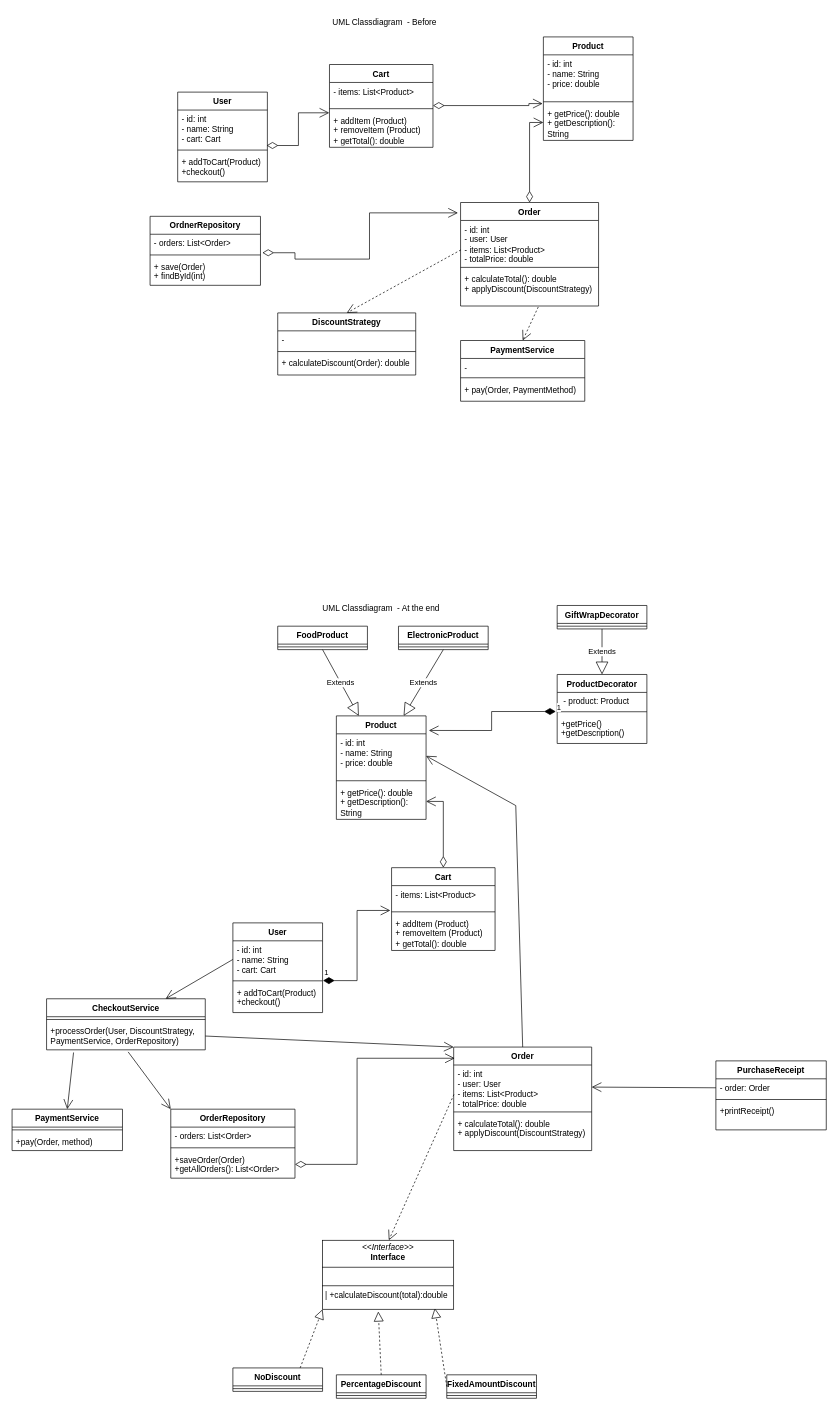
Earlier version of the draw.io diagram ownProjekt-Daphne/M4 - Daphne/UML-Klassdiagramm.drawio (daphne-edutbz/M320_Daphne-McNamara_Lisa-Meergans). Source tidied: cells renumbered, new cells numbered last; positions are measured from the earlier drawing's top-left corner, leaving out a move shared by most shapes. Both pictures are drawn from the tidied source at 69%, with x=0, y=0 at pixel (12, 12).
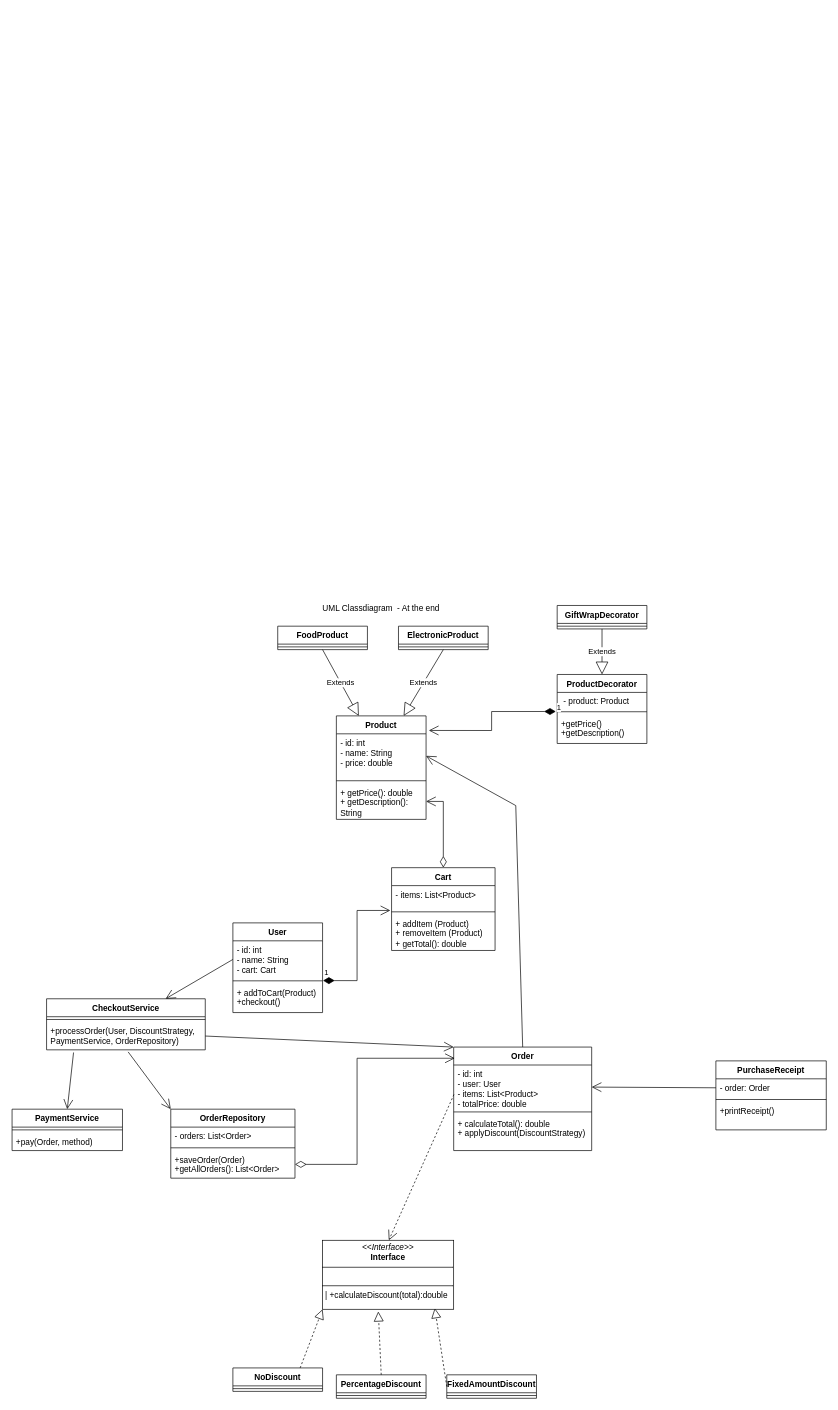
The same page after the edit.

Commit message:
delete old version of UML-class-diagramm

Change to the diagram source:
```diff
@@
-    <mxCell id="2" value="Product" style="swimlane;fontStyle=1;align=center;verticalAlign=top;horizontal=1;startSize=26;whiteSpace=wrap;html=1;" parent="1" vertex="1">
-      <mxGeometry x="770" y="36" width="130" height="150" as="geometry" />
-    </mxCell>
-    <mxCell id="3" value="- id: int&lt;div&gt;- name: String&lt;/div&gt;&lt;div&gt;- price: double&lt;/div&gt;" style="text;strokeColor=none;fillColor=none;align=left;verticalAlign=top;spacingLeft=4;spacingRight=4;overflow=hidden;whiteSpace=wrap;html=1;" parent="2" vertex="1">
-      <mxGeometry y="26" width="130" height="64" as="geometry" />
-    </mxCell>
-    <mxCell id="4" style="line;strokeWidth=1;fillColor=none;align=left;verticalAlign=middle;spacingTop=-1;spacingLeft=3;spacingRight=3;labelPosition=right;strokeColor=inherit;" parent="2" vertex="1">
-      <mxGeometry y="90" width="130" height="8" as="geometry" />
-    </mxCell>
-    <mxCell id="5" value="&lt;div&gt;&lt;span style=&quot;background-color: transparent; color: light-dark(rgb(0, 0, 0), rgb(255, 255, 255));&quot;&gt;+ getPrice(): double&lt;/span&gt;&lt;/div&gt;&lt;div&gt;&lt;span style=&quot;background-color: transparent; color: light-dark(rgb(0, 0, 0), rgb(255, 255, 255));&quot;&gt;+ getDescription(): String&lt;/span&gt;&lt;/div&gt;" style="text;strokeColor=none;fillColor=none;align=left;verticalAlign=top;spacingLeft=4;spacingRight=4;overflow=hidden;points=[[0,0.5],[1,0.5]];portConstraint=eastwest;whiteSpace=wrap;html=1;" parent="2" vertex="1">
-      <mxGeometry y="98" width="130" height="52" as="geometry" />
-    </mxCell>
-    <mxCell id="6" value="Cart" style="swimlane;fontStyle=1;align=center;verticalAlign=top;horizontal=1;startSize=26;whiteSpace=wrap;html=1;" parent="1" vertex="1">
-      <mxGeometry x="460" y="76" width="150" height="120" as="geometry" />
-    </mxCell>
-    <mxCell id="7" value="- items: List&amp;lt;Product&amp;gt;" style="text;strokeColor=none;fillColor=none;align=left;verticalAlign=top;spacingLeft=4;spacingRight=4;overflow=hidden;whiteSpace=wrap;html=1;" parent="6" vertex="1">
-      <mxGeometry y="26" width="150" height="34" as="geometry" />
-    </mxCell>
-    <mxCell id="8" style="line;strokeWidth=1;fillColor=none;align=left;verticalAlign=middle;spacingTop=-1;spacingLeft=3;spacingRight=3;labelPosition=right;strokeColor=inherit;" parent="6" vertex="1">
-      <mxGeometry y="60" width="150" height="8" as="geometry" />
-    </mxCell>
-    <mxCell id="9" value="+ addItem (Product)&lt;div&gt;+ removeItem (Product)&lt;/div&gt;&lt;div&gt;+ getTotal(): double&lt;/div&gt;" style="text;strokeColor=none;fillColor=none;align=left;verticalAlign=top;spacingLeft=4;spacingRight=4;overflow=hidden;points=[[0,0.5],[1,0.5]];portConstraint=eastwest;whiteSpace=wrap;html=1;" parent="6" vertex="1">
-      <mxGeometry y="68" width="150" height="52" as="geometry" />
-    </mxCell>
-    <mxCell id="10" value="Order" style="swimlane;fontStyle=1;align=center;verticalAlign=top;horizontal=1;startSize=26;whiteSpace=wrap;html=1;" parent="1" vertex="1">
-      <mxGeometry x="650" y="276" width="200" height="150" as="geometry" />
-    </mxCell>
-    <mxCell id="11" value="&lt;div&gt;- id: int&amp;nbsp;&lt;/div&gt;&lt;div&gt;- user: User&lt;/div&gt;&lt;div&gt;- items: List&amp;lt;Product&amp;gt;&lt;/div&gt;&lt;div&gt;- totalPrice: double&lt;/div&gt;" style="text;strokeColor=none;fillColor=none;align=left;verticalAlign=top;spacingLeft=4;spacingRight=4;overflow=hidden;points=[[0,0.5],[1,0.5]];portConstraint=eastwest;whiteSpace=wrap;html=1;" parent="10" vertex="1">
-      <mxGeometry y="26" width="200" height="64" as="geometry" />
-    </mxCell>
-    <mxCell id="12" style="line;strokeWidth=1;fillColor=none;align=left;verticalAlign=middle;spacingTop=-1;spacingLeft=3;spacingRight=3;labelPosition=right;strokeColor=inherit;" parent="10" vertex="1">
-      <mxGeometry y="90" width="200" height="8" as="geometry" />
-    </mxCell>
-    <mxCell id="13" value="&lt;div&gt;+ calculateTotal(): double&lt;/div&gt;&lt;div&gt;+ applyDiscount(DiscountStrategy)&lt;/div&gt;" style="text;strokeColor=none;fillColor=none;align=left;verticalAlign=top;spacingLeft=4;spacingRight=4;overflow=hidden;points=[[0,0.5],[1,0.5]];portConstraint=eastwest;whiteSpace=wrap;html=1;" parent="10" vertex="1">
-      <mxGeometry y="98" width="200" height="52" as="geometry" />
-    </mxCell>
-    <mxCell id="14" value="User" style="swimlane;fontStyle=1;align=center;verticalAlign=top;horizontal=1;startSize=26;whiteSpace=wrap;html=1;" parent="1" vertex="1">
-      <mxGeometry x="240" y="116" width="130" height="130" as="geometry" />
-    </mxCell>
-    <mxCell id="15" value="&lt;div&gt;- id: int&lt;/div&gt;&lt;div&gt;- name: String&lt;/div&gt;&lt;div&gt;- cart: Cart&lt;/div&gt;" style="text;strokeColor=none;fillColor=none;align=left;verticalAlign=top;spacingLeft=4;spacingRight=4;overflow=hidden;points=[[0,0.5],[1,0.5]];portConstraint=eastwest;whiteSpace=wrap;html=1;" parent="14" vertex="1">
-      <mxGeometry y="26" width="130" height="54" as="geometry" />
-    </mxCell>
-    <mxCell id="16" style="line;strokeWidth=1;fillColor=none;align=left;verticalAlign=middle;spacingTop=-1;spacingLeft=3;spacingRight=3;labelPosition=right;strokeColor=inherit;" parent="14" vertex="1">
-      <mxGeometry y="80" width="130" height="8" as="geometry" />
-    </mxCell>
-    <mxCell id="17" value="&lt;div&gt;+ addToCart(Product)&amp;nbsp;&lt;/div&gt;&lt;div&gt;+checkout()&lt;/div&gt;" style="text;strokeColor=none;fillColor=none;align=left;verticalAlign=top;spacingLeft=4;spacingRight=4;overflow=hidden;whiteSpace=wrap;html=1;" parent="14" vertex="1">
-      <mxGeometry y="88" width="130" height="42" as="geometry" />
-    </mxCell>
-    <mxCell id="18" value="PaymentService" style="swimlane;fontStyle=1;align=center;verticalAlign=top;horizontal=1;startSize=26;whiteSpace=wrap;html=1;" parent="1" vertex="1">
-      <mxGeometry x="650" y="476" width="180" height="88" as="geometry" />
-    </mxCell>
-    <mxCell id="19" value="-" style="text;strokeColor=none;fillColor=none;align=left;verticalAlign=top;spacingLeft=4;spacingRight=4;overflow=hidden;whiteSpace=wrap;html=1;" parent="18" vertex="1">
-      <mxGeometry y="26" width="180" height="24" as="geometry" />
-    </mxCell>
-    <mxCell id="20" style="line;strokeWidth=1;fillColor=none;align=left;verticalAlign=middle;spacingTop=-1;spacingLeft=3;spacingRight=3;labelPosition=right;strokeColor=inherit;" parent="18" vertex="1">
-      <mxGeometry y="50" width="180" height="8" as="geometry" />
-    </mxCell>
-    <mxCell id="21" value="+ pay(Order, PaymentMethod)" style="text;strokeColor=none;fillColor=none;align=left;verticalAlign=top;spacingLeft=4;spacingRight=4;overflow=hidden;whiteSpace=wrap;html=1;" parent="18" vertex="1">
-      <mxGeometry y="58" width="180" height="30" as="geometry" />
-    </mxCell>
-    <mxCell id="22" value="OrdnerRepository" style="swimlane;fontStyle=1;align=center;verticalAlign=top;horizontal=1;startSize=26;whiteSpace=wrap;html=1;" parent="1" vertex="1">
-      <mxGeometry x="200" y="296" width="160" height="100" as="geometry" />
-    </mxCell>
-    <mxCell id="23" value="&lt;div&gt;- orders: List&amp;lt;Order&amp;gt;&lt;/div&gt;&lt;div&gt;&lt;br&gt;&lt;/div&gt;" style="text;strokeColor=none;fillColor=none;align=left;verticalAlign=top;spacingLeft=4;spacingRight=4;overflow=hidden;points=[[0,0.5],[1,0.5]];portConstraint=eastwest;whiteSpace=wrap;html=1;" parent="22" vertex="1">
-      <mxGeometry y="26" width="160" height="26" as="geometry" />
-    </mxCell>
-    <mxCell id="24" style="line;strokeWidth=1;fillColor=none;align=left;verticalAlign=middle;spacingTop=-1;spacingLeft=3;spacingRight=3;labelPosition=right;strokeColor=inherit;" parent="22" vertex="1">
-      <mxGeometry y="52" width="160" height="8" as="geometry" />
-    </mxCell>
-    <mxCell id="25" value="&lt;div&gt;+ save(Order)&lt;/div&gt;&lt;div&gt;+ findById(int)&lt;/div&gt;" style="text;strokeColor=none;fillColor=none;align=left;verticalAlign=top;spacingLeft=4;spacingRight=4;overflow=hidden;whiteSpace=wrap;html=1;" parent="22" vertex="1">
-      <mxGeometry y="60" width="160" height="40" as="geometry" />
-    </mxCell>
-    <mxCell id="26" value="DiscountStrategy" style="swimlane;fontStyle=1;align=center;verticalAlign=top;horizontal=1;startSize=26;whiteSpace=wrap;html=1;" parent="1" vertex="1">
-      <mxGeometry x="385" y="436" width="200" height="90" as="geometry" />
-    </mxCell>
-    <mxCell id="27" value="-" style="text;strokeColor=none;fillColor=none;align=left;verticalAlign=top;spacingLeft=4;spacingRight=4;overflow=hidden;whiteSpace=wrap;html=1;" parent="26" vertex="1">
-      <mxGeometry y="26" width="200" height="26" as="geometry" />
-    </mxCell>
-    <mxCell id="28" style="line;strokeWidth=1;fillColor=none;align=left;verticalAlign=middle;spacingTop=-1;spacingLeft=3;spacingRight=3;labelPosition=right;strokeColor=inherit;" parent="26" vertex="1">
-      <mxGeometry y="52" width="200" height="8" as="geometry" />
-    </mxCell>
-    <mxCell id="29" value="+ calculateDiscount(Order): double" style="text;strokeColor=none;fillColor=none;align=left;verticalAlign=top;spacingLeft=4;spacingRight=4;overflow=hidden;whiteSpace=wrap;html=1;" parent="26" vertex="1">
-      <mxGeometry y="60" width="200" height="30" as="geometry" />
-    </mxCell>
-    <mxCell id="30" style="endArrow=open;html=1;endSize=12;startArrow=diamondThin;startSize=14;startFill=0;edgeStyle=orthogonalEdgeStyle;align=left;verticalAlign=bottom;rounded=0;exitX=0.992;exitY=0.951;exitDx=0;exitDy=0;exitPerimeter=0;entryX=-0.002;entryY=0.038;entryDx=0;entryDy=0;entryPerimeter=0;" parent="1" edge="1" source="15" target="9">
-      <mxGeometry x="-1" y="3" relative="1" as="geometry" />
-    </mxCell>
-    <mxCell id="31" style="endArrow=open;html=1;endSize=12;startArrow=diamondThin;startSize=14;startFill=0;edgeStyle=orthogonalEdgeStyle;align=left;verticalAlign=bottom;rounded=0;entryX=-0.008;entryY=-0.026;entryDx=0;entryDy=0;entryPerimeter=0;" parent="1" edge="1" target="5">
-      <mxGeometry x="-1" y="3" relative="1" as="geometry">
-        <mxPoint x="610" y="135.5" as="sourcePoint" />
-        <Array as="points">
-          <mxPoint x="749" y="136" />
-        </Array>
-      </mxGeometry>
-    </mxCell>
-    <mxCell id="32" style="endArrow=open;html=1;endSize=12;startArrow=diamondThin;startSize=14;startFill=0;edgeStyle=orthogonalEdgeStyle;align=left;verticalAlign=bottom;rounded=0;exitX=0.5;exitY=0;exitDx=0;exitDy=0;" parent="1" edge="1" source="10" target="5">
-      <mxGeometry x="-1" y="3" relative="1" as="geometry" />
-    </mxCell>
-    <mxCell id="33" style="endArrow=open;endSize=12;dashed=1;html=1;rounded=0;exitX=0.002;exitY=0.667;exitDx=0;exitDy=0;exitPerimeter=0;entryX=0.5;entryY=0;entryDx=0;entryDy=0;" parent="1" edge="1" source="11" target="26">
-      <mxGeometry relative="1" as="geometry" />
-    </mxCell>
-    <mxCell id="34" style="endArrow=open;endSize=12;dashed=1;html=1;rounded=0;exitX=0.563;exitY=1.026;exitDx=0;exitDy=0;exitPerimeter=0;entryX=0.5;entryY=0;entryDx=0;entryDy=0;" parent="1" edge="1" source="13" target="18">
-      <mxGeometry relative="1" as="geometry" />
-    </mxCell>
-    <mxCell id="35" style="endArrow=open;html=1;endSize=12;startArrow=diamondThin;startSize=14;startFill=0;edgeStyle=orthogonalEdgeStyle;align=left;verticalAlign=bottom;rounded=0;exitX=1.017;exitY=1.031;exitDx=0;exitDy=0;exitPerimeter=0;entryX=-0.019;entryY=0.1;entryDx=0;entryDy=0;entryPerimeter=0;" parent="1" edge="1" source="23" target="10">
-      <mxGeometry x="-1" y="3" relative="1" as="geometry">
-        <Array as="points">
-          <mxPoint x="410" y="349" />
-          <mxPoint x="410" y="358" />
-          <mxPoint x="518" y="358" />
-          <mxPoint x="518" y="291" />
-        </Array>
-      </mxGeometry>
-    </mxCell>
-    <mxCell id="36" value="UML Classdiagram&amp;nbsp; - Before" style="text;html=1;whiteSpace=wrap;strokeColor=none;fillColor=none;align=center;verticalAlign=middle;rounded=0;" parent="1" vertex="1">
-      <mxGeometry x="440" width="200" height="30" as="geometry" />
-    </mxCell>
```
